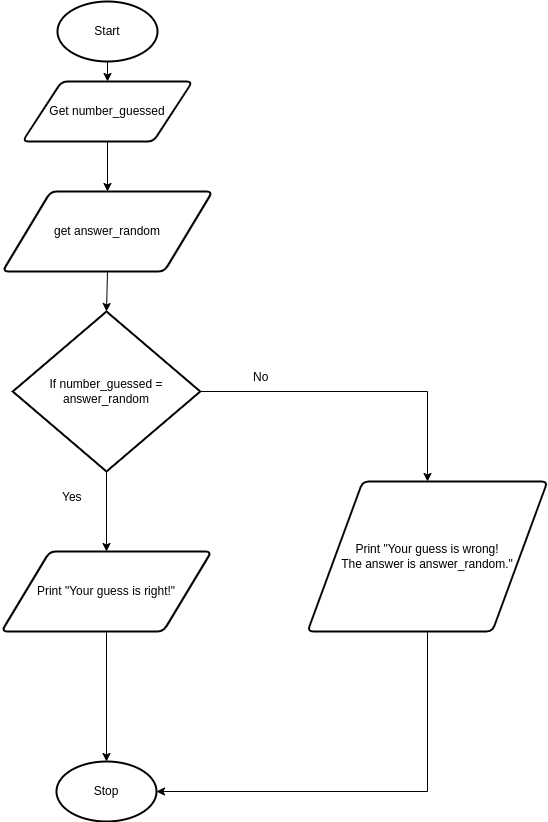
The draw.io diagram design.number_guess.flowchart.png in Yiyun-Qin/ICS3U-Unit3-03-Python, before a commit. Source tidied: cells renumbered, new cells last; positions are measured from the earlier drawing's top-left corner, leaving out a move shared by most shapes.
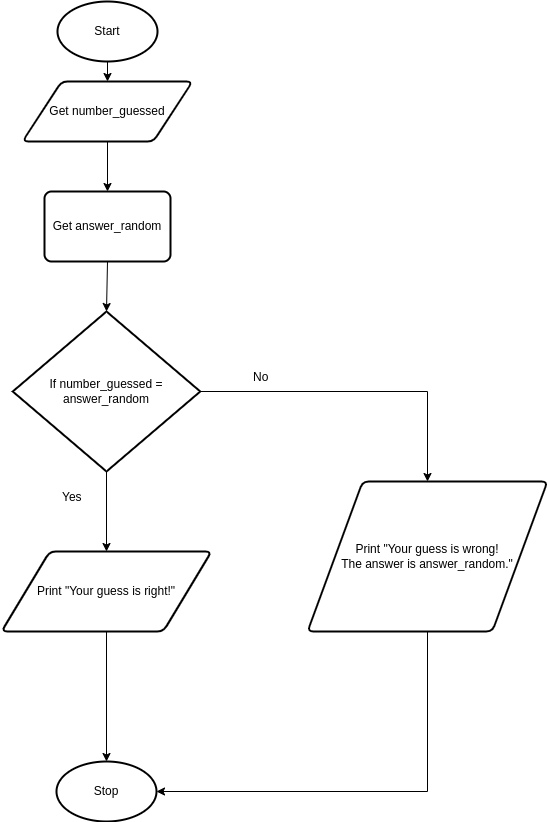
After the commit.

Commit message:
new flowchart and topdown

What changed in the source:
```diff
@@ -8,8 +8,10 @@
     <mxCell id="3" value="Start" style="strokeWidth=2;html=1;shape=mxgraph.flowchart.start_1;whiteSpace=wrap;" parent="1" vertex="1">
       <mxGeometry x="56" width="100" height="60" as="geometry" />
     </mxCell>
-    <mxCell id="4" style="edgeStyle=none;html=1;exitX=0.5;exitY=1;exitDx=0;exitDy=0;entryX=0.5;entryY=0;entryDx=0;entryDy=0;" parent="1" edge="1" source="5" target="17">
-      <mxGeometry relative="1" as="geometry" />
+    <mxCell id="4" style="edgeStyle=none;html=1;exitX=0.5;exitY=1;exitDx=0;exitDy=0;entryX=0.5;entryY=0;entryDx=0;entryDy=0;" parent="1" edge="1" source="5">
+      <mxGeometry relative="1" as="geometry">
+        <mxPoint x="106" y="190" as="targetPoint" />
+      </mxGeometry>
     </mxCell>
     <mxCell id="5" value="Get number_guessed" style="shape=parallelogram;html=1;strokeWidth=2;perimeter=parallelogramPerimeter;whiteSpace=wrap;rounded=1;arcSize=12;size=0.23;" parent="1" vertex="1">
       <mxGeometry x="21" y="80" width="170" height="60" as="geometry" />
@@ -44,11 +46,11 @@
     <mxCell id="15" value="No" style="text;strokeColor=none;fillColor=none;align=left;verticalAlign=middle;spacingLeft=4;spacingRight=4;overflow=hidden;" parent="1" vertex="1">
       <mxGeometry x="246" y="360" width="80" height="30" as="geometry" />
     </mxCell>
-    <mxCell id="16" style="edgeStyle=none;html=1;exitX=0.5;exitY=1;exitDx=0;exitDy=0;entryX=0.5;entryY=0;entryDx=0;entryDy=0;entryPerimeter=0;" parent="1" edge="1" source="17" target="11">
-      <mxGeometry relative="1" as="geometry" />
-    </mxCell>
-    <mxCell id="17" value="get answer_random" style="shape=parallelogram;html=1;strokeWidth=2;perimeter=parallelogramPerimeter;whiteSpace=wrap;rounded=1;arcSize=12;size=0.23;" parent="1" vertex="1">
-      <mxGeometry x="1" y="190" width="210" height="80" as="geometry" />
-    </mxCell>
+    <mxCell id="18" style="edgeStyle=none;html=1;exitX=0.5;exitY=1;exitDx=0;exitDy=0;entryX=0.5;entryY=0;entryDx=0;entryDy=0;entryPerimeter=0;" parent="1" edge="1" source="19" target="11">
+      <mxGeometry relative="1" as="geometry" />
+    </mxCell>
+    <mxCell id="19" value="Get answer_random" style="rounded=1;whiteSpace=wrap;html=1;absoluteArcSize=1;arcSize=14;strokeWidth=2;" parent="1" vertex="1">
+      <mxGeometry x="43" y="190" width="126" height="70" as="geometry" />
+    </mxCell>
   </root>
 </mxGraphModel>
```
